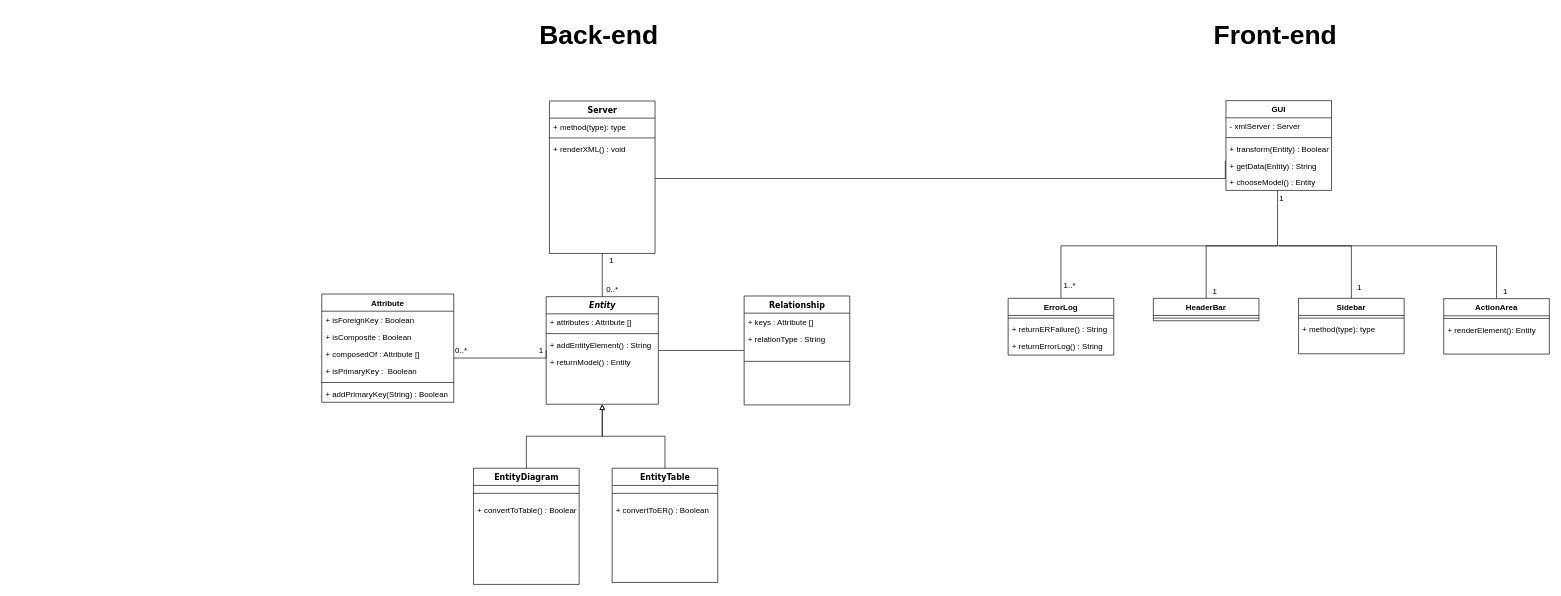
Before: Documentation/Phase 2/Analysis Class Diagram.drawio in gabrielste1n/ViKER, a draw.io diagram. Source tidied: cells renumbered, new cells numbered last; positions are measured from the earlier drawing's top-left corner, leaving out a move shared by most shapes. Both pictures are drawn from the tidied source at 66%, with x=0, y=0 at pixel (321, 11).
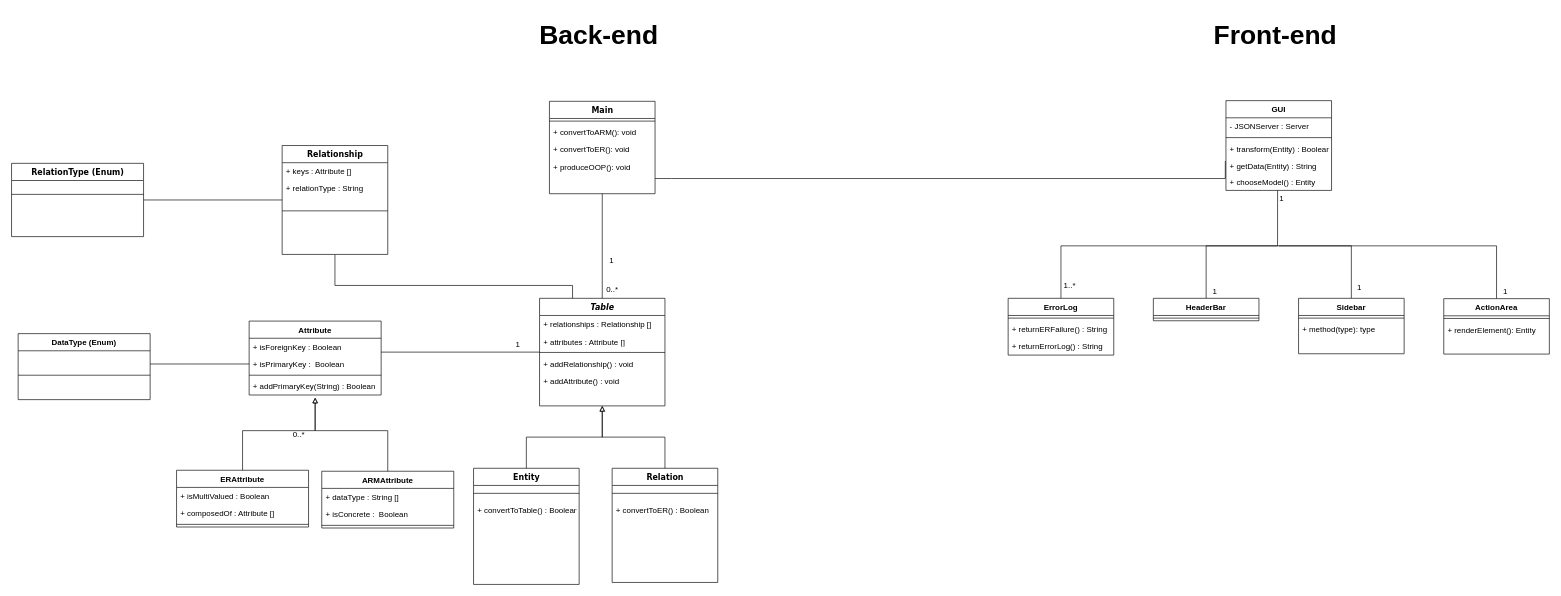
The same diagram, later.

Commit message (it also covers changes not shown here):
Update back-end structure. Update class diagram.

The change refers to these unchanged cells:
```xml
<mxCell id="18" value="GUI&#10;" style="swimlane;fontStyle=1;align=center;verticalAlign=top;horizontal=1;startSize=26;" parent="1" vertex="1">
  <mxGeometry x="1370" y="135" width="160" height="136" as="geometry" />
</mxCell>
```

The edit, as a diff of the source:
```diff
@@
-    <mxCell id="3" value="Server" style="swimlane;html=1;fontStyle=1;align=center;verticalAlign=top;horizontal=1;startSize=26;swimlaneFillColor=#ffffff;rounded=0;shadow=0;comic=0;labelBackgroundColor=none;strokeColor=#000000;strokeWidth=1;fillColor=none;fontFamily=Verdana;fontSize=12;fontColor=#000000;" parent="1" vertex="1">
-      <mxGeometry x="345" y="135.5" width="160" height="231" as="geometry" />
+    <mxCell id="3" value="Main" style="swimlane;html=1;fontStyle=1;align=center;verticalAlign=top;horizontal=1;startSize=26;swimlaneFillColor=#ffffff;rounded=0;shadow=0;comic=0;labelBackgroundColor=none;strokeColor=#000000;strokeWidth=1;fillColor=none;fontFamily=Verdana;fontSize=12;fontColor=#000000;" parent="1" vertex="1">
+      <mxGeometry x="345" y="136" width="160" height="140" as="geometry" />
     </mxCell>
-    <mxCell id="4" value="+ method(type): type" style="text;html=1;strokeColor=none;fillColor=none;align=left;verticalAlign=top;spacingLeft=4;spacingRight=4;whiteSpace=wrap;overflow=hidden;" parent="3" vertex="1">
-      <mxGeometry y="26" width="160" height="26" as="geometry" />
-    </mxCell>
     <mxCell id="5" style="line;html=1;strokeWidth=1;fillColor=none;align=left;verticalAlign=middle;spacingTop=-1;spacingLeft=3;spacingRight=3;labelPosition=right;" parent="3" vertex="1">
-      <mxGeometry y="52" width="160" height="8" as="geometry" />
+      <mxGeometry y="26" width="160" height="8" as="geometry" />
     </mxCell>
-    <mxCell id="6" value="+ renderXML() : void" style="text;html=1;strokeColor=none;fillColor=none;align=left;verticalAlign=top;spacingLeft=4;spacingRight=4;whiteSpace=wrap;overflow=hidden;" parent="3" vertex="1">
-      <mxGeometry y="60" width="160" height="26" as="geometry" />
+    <mxCell id="6" value="+ convertToARM(): void" style="text;html=1;strokeColor=none;fillColor=none;align=left;verticalAlign=top;spacingLeft=4;spacingRight=4;whiteSpace=wrap;overflow=hidden;" parent="3" vertex="1">
+      <mxGeometry y="34" width="160" height="26" as="geometry" />
     </mxCell>
+    <mxCell id="67" value="+ convertToER(): void" style="text;strokeColor=none;fillColor=none;align=left;verticalAlign=top;spacingLeft=4;spacingRight=4;overflow=hidden;" parent="3" vertex="1">
+      <mxGeometry y="60" width="160" height="26" as="geometry" />
+    </mxCell>
+    <mxCell id="68" value="+ produceOOP(): void" style="text;strokeColor=none;fillColor=none;align=left;verticalAlign=top;spacingLeft=4;spacingRight=4;overflow=hidden;" parent="3" vertex="1">
+      <mxGeometry y="86" width="160" height="26" as="geometry" />
+    </mxCell>
@@
-    <mxCell id="8" style="edgeStyle=orthogonalEdgeStyle;rounded=0;jettySize=auto;html=1;entryX=0;entryY=0.5;entryDx=0;entryDy=0;endArrow=none;endFill=0;fontSize=40;" parent="1" edge="1" source="9" target="14">
-      <mxGeometry relative="1" as="geometry" />
+    <mxCell id="8" style="edgeStyle=orthogonalEdgeStyle;rounded=0;jettySize=auto;html=1;entryX=0.5;entryY=1;entryDx=0;entryDy=0;endArrow=none;endFill=0;fontSize=40;" parent="1" edge="1" source="9" target="14">
+      <mxGeometry relative="1" as="geometry">
+        <Array as="points">
+          <mxPoint x="380" y="415" />
+          <mxPoint x="20" y="415" />
+        </Array>
+      </mxGeometry>
     </mxCell>
-    <mxCell id="9" value="&lt;i&gt;Entity&lt;/i&gt;" style="swimlane;html=1;fontStyle=1;align=center;verticalAlign=top;horizontal=1;startSize=26;swimlaneFillColor=#ffffff;rounded=0;shadow=0;comic=0;labelBackgroundColor=none;strokeColor=#000000;strokeWidth=1;fillColor=none;fontFamily=Verdana;fontSize=12;fontColor=#000000;" parent="1" vertex="1">
-      <mxGeometry x="340" y="432" width="170" height="163" as="geometry" />
+    <mxCell id="9" value="&lt;i&gt;Table&lt;/i&gt;" style="swimlane;html=1;fontStyle=1;align=center;verticalAlign=top;horizontal=1;startSize=26;swimlaneFillColor=#ffffff;rounded=0;shadow=0;comic=0;labelBackgroundColor=none;strokeColor=#000000;strokeWidth=1;fillColor=none;fontFamily=Verdana;fontSize=12;fontColor=#000000;" parent="1" vertex="1">
+      <mxGeometry x="330" y="434.5" width="190" height="163" as="geometry" />
     </mxCell>
+    <mxCell id="69" value="+ relationships : Relationship []" style="text;strokeColor=none;fillColor=none;align=left;verticalAlign=top;spacingLeft=4;spacingRight=4;overflow=hidden;" parent="9" vertex="1">
+      <mxGeometry y="26" width="190" height="26" as="geometry" />
+    </mxCell>
     <mxCell id="10" value="+ attributes : Attribute []" style="text;html=1;strokeColor=none;fillColor=none;align=left;verticalAlign=top;spacingLeft=4;spacingRight=4;whiteSpace=wrap;overflow=hidden;" parent="9" vertex="1">
-      <mxGeometry y="26" width="170" height="26" as="geometry" />
+      <mxGeometry y="52" width="190" height="26" as="geometry" />
     </mxCell>
     <mxCell id="11" style="line;html=1;strokeWidth=1;fillColor=none;align=left;verticalAlign=middle;spacingTop=-1;spacingLeft=3;spacingRight=3;labelPosition=right;" parent="9" vertex="1">
-      <mxGeometry y="52" width="170" height="8" as="geometry" />
+      <mxGeometry y="78" width="190" height="8" as="geometry" />
     </mxCell>
-    <mxCell id="12" value="+ addEntityElement() : String" style="text;strokeColor=none;fillColor=none;align=left;verticalAlign=top;spacingLeft=4;spacingRight=4;overflow=hidden;" parent="9" vertex="1">
-      <mxGeometry y="60" width="170" height="26" as="geometry" />
+    <mxCell id="12" value="+ addRelationship() : void" style="text;strokeColor=none;fillColor=none;align=left;verticalAlign=top;spacingLeft=4;spacingRight=4;overflow=hidden;" parent="9" vertex="1">
+      <mxGeometry y="86" width="190" height="26" as="geometry" />
     </mxCell>
-    <mxCell id="13" value="+ returnModel() : Entity " style="text;strokeColor=none;fillColor=none;align=left;verticalAlign=top;spacingLeft=4;spacingRight=4;overflow=hidden;" parent="9" vertex="1">
-      <mxGeometry y="86" width="170" height="26" as="geometry" />
+    <mxCell id="13" value="+ addAttribute() : void " style="text;strokeColor=none;fillColor=none;align=left;verticalAlign=top;spacingLeft=4;spacingRight=4;overflow=hidden;" parent="9" vertex="1">
+      <mxGeometry y="112" width="190" height="26" as="geometry" />
     </mxCell>
     <mxCell id="14" value="Relationship" style="swimlane;html=1;fontStyle=1;align=center;verticalAlign=top;horizontal=1;startSize=26;swimlaneFillColor=#ffffff;rounded=0;shadow=0;comic=0;labelBackgroundColor=none;strokeColor=#000000;strokeWidth=1;fillColor=none;fontFamily=Verdana;fontSize=12;fontColor=#000000;" parent="1" vertex="1">
-      <mxGeometry x="640" y="431" width="160" height="165" as="geometry" />
+      <mxGeometry x="-60" y="203" width="160" height="165" as="geometry" />
     </mxCell>
@@
-    <mxCell id="19" value="- xmlServer : Server" style="text;strokeColor=none;fillColor=none;align=left;verticalAlign=top;spacingLeft=4;spacingRight=4;overflow=hidden;" parent="18" vertex="1">
+    <mxCell id="19" value="- JSONServer : Server" style="text;strokeColor=none;fillColor=none;align=left;verticalAlign=top;spacingLeft=4;spacingRight=4;overflow=hidden;" parent="18" vertex="1">
       <mxGeometry y="26" width="160" height="26" as="geometry" />
     </mxCell>
@@
-    <mxCell id="25" value="EntityDiagram" style="swimlane;html=1;fontStyle=1;align=center;verticalAlign=top;horizontal=1;startSize=26;swimlaneFillColor=#ffffff;rounded=0;shadow=0;comic=0;labelBackgroundColor=none;strokeColor=#000000;strokeWidth=1;fillColor=none;fontFamily=Verdana;fontSize=12;fontColor=#000000;" parent="1" vertex="1">
+    <mxCell id="25" value="Entity" style="swimlane;html=1;fontStyle=1;align=center;verticalAlign=top;horizontal=1;startSize=26;swimlaneFillColor=#ffffff;rounded=0;shadow=0;comic=0;labelBackgroundColor=none;strokeColor=#000000;strokeWidth=1;fillColor=none;fontFamily=Verdana;fontSize=12;fontColor=#000000;" parent="1" vertex="1">
       <mxGeometry x="230" y="692" width="160" height="176" as="geometry" />
     </mxCell>
@@
-    <mxCell id="29" value="EntityTable" style="swimlane;html=1;fontStyle=1;align=center;verticalAlign=top;horizontal=1;startSize=26;swimlaneFillColor=#ffffff;rounded=0;shadow=0;comic=0;labelBackgroundColor=none;strokeColor=#000000;strokeWidth=1;fillColor=none;fontFamily=Verdana;fontSize=12;fontColor=#000000;" parent="1" vertex="1">
+    <mxCell id="29" value="Relation" style="swimlane;html=1;fontStyle=1;align=center;verticalAlign=top;horizontal=1;startSize=26;swimlaneFillColor=#ffffff;rounded=0;shadow=0;comic=0;labelBackgroundColor=none;strokeColor=#000000;strokeWidth=1;fillColor=none;fontFamily=Verdana;fontSize=12;fontColor=#000000;" parent="1" vertex="1">
       <mxGeometry x="440" y="692" width="160" height="173" as="geometry" />
     </mxCell>
@@
     <mxCell id="32" style="edgeStyle=orthogonalEdgeStyle;rounded=0;jettySize=auto;html=1;entryX=0;entryY=0.5;entryDx=0;entryDy=0;endArrow=none;endFill=0;" parent="1" edge="1" source="35" target="9">
       <mxGeometry relative="1" as="geometry">
         <Array as="points">
-          <mxPoint x="340" y="525" />
+          <mxPoint x="300" y="516" />
+          <mxPoint x="300" y="516" />
         </Array>
       </mxGeometry>
     </mxCell>
     <mxCell id="33" value="0..*" style="text;html=1;align=center;verticalAlign=middle;labelBackgroundColor=#ffffff;" parent="32" vertex="1">
       <mxGeometry x="0.96" y="-131" relative="1" as="geometry">
-        <mxPoint x="-261" y="-3.5" as="offset" />
+        <mxPoint x="-361" y="-6.5" as="offset" />
       </mxGeometry>
     </mxCell>
@@
     <mxCell id="35" value="Attribute" style="swimlane;fontStyle=1;align=center;verticalAlign=top;horizontal=1;startSize=26;" parent="1" vertex="1">
-      <mxGeometry y="428" width="200" height="164" as="geometry" />
+      <mxGeometry x="-110" y="469" width="200" height="112" as="geometry" />
     </mxCell>
@@
-    <mxCell id="37" value="+ isComposite : Boolean" style="text;strokeColor=none;fillColor=none;align=left;verticalAlign=top;spacingLeft=4;spacingRight=4;overflow=hidden;" parent="35" vertex="1">
-      <mxGeometry y="52" width="200" height="26" as="geometry" />
-    </mxCell>
-    <mxCell id="38" value="+ composedOf : Attribute []" style="text;strokeColor=none;fillColor=none;align=left;verticalAlign=top;spacingLeft=4;spacingRight=4;overflow=hidden;" parent="35" vertex="1">
-      <mxGeometry y="78" width="200" height="26" as="geometry" />
-    </mxCell>
     <mxCell id="39" value="+ isPrimaryKey :  Boolean" style="text;strokeColor=none;fillColor=none;align=left;verticalAlign=top;spacingLeft=4;spacingRight=4;overflow=hidden;points=[[0,0.5],[1,0.5]];portConstraint=eastwest;" parent="35" vertex="1">
-      <mxGeometry y="104" width="200" height="26" as="geometry" />
+      <mxGeometry y="52" width="200" height="26" as="geometry" />
     </mxCell>
     <mxCell id="40" style="line;strokeWidth=1;fillColor=none;align=left;verticalAlign=middle;spacingTop=-1;spacingLeft=3;spacingRight=3;labelPosition=right;" parent="35" vertex="1">
-      <mxGeometry y="130" width="200" height="8" as="geometry" />
+      <mxGeometry y="78" width="200" height="8" as="geometry" />
     </mxCell>
     <mxCell id="41" value="+ addPrimaryKey(String) : Boolean" style="text;strokeColor=none;fillColor=none;align=left;verticalAlign=top;spacingLeft=4;spacingRight=4;overflow=hidden;" parent="35" vertex="1">
-      <mxGeometry y="138" width="200" height="26" as="geometry" />
+      <mxGeometry y="86" width="200" height="26" as="geometry" />
     </mxCell>
@@
+    <mxCell id="70" style="edgeStyle=orthogonalEdgeStyle;rounded=0;jettySize=auto;html=1;endArrow=block;endFill=0;" parent="1" edge="1" source="71">
+      <mxGeometry relative="1" as="geometry">
+        <mxPoint x="-10" y="585" as="targetPoint" />
+        <Array as="points">
+          <mxPoint x="-120" y="635" />
+          <mxPoint x="-10" y="635" />
+        </Array>
+      </mxGeometry>
+    </mxCell>
+    <mxCell id="71" value="ERAttribute" style="swimlane;fontStyle=1;align=center;verticalAlign=top;horizontal=1;startSize=26;" parent="1" vertex="1">
+      <mxGeometry x="-220" y="695" width="200" height="86" as="geometry" />
+    </mxCell>
+    <mxCell id="72" value="+ isMultiValued : Boolean" style="text;strokeColor=none;fillColor=none;align=left;verticalAlign=top;spacingLeft=4;spacingRight=4;overflow=hidden;" parent="71" vertex="1">
+      <mxGeometry y="26" width="200" height="26" as="geometry" />
+    </mxCell>
+    <mxCell id="38" value="+ composedOf : Attribute []" style="text;strokeColor=none;fillColor=none;align=left;verticalAlign=top;spacingLeft=4;spacingRight=4;overflow=hidden;" parent="71" vertex="1">
+      <mxGeometry y="52" width="200" height="26" as="geometry" />
+    </mxCell>
+    <mxCell id="73" style="line;strokeWidth=1;fillColor=none;align=left;verticalAlign=middle;spacingTop=-1;spacingLeft=3;spacingRight=3;labelPosition=right;" parent="71" vertex="1">
+      <mxGeometry y="78" width="200" height="8" as="geometry" />
+    </mxCell>
+    <mxCell id="74" value="ARMAttribute" style="swimlane;fontStyle=1;align=center;verticalAlign=top;horizontal=1;startSize=26;" parent="1" vertex="1">
+      <mxGeometry y="696.5" width="200" height="86" as="geometry" />
+    </mxCell>
+    <mxCell id="75" value="+ dataType : String []" style="text;strokeColor=none;fillColor=none;align=left;verticalAlign=top;spacingLeft=4;spacingRight=4;overflow=hidden;" parent="74" vertex="1">
+      <mxGeometry y="26" width="200" height="26" as="geometry" />
+    </mxCell>
+    <mxCell id="76" value="+ isConcrete :  Boolean" style="text;strokeColor=none;fillColor=none;align=left;verticalAlign=top;spacingLeft=4;spacingRight=4;overflow=hidden;" parent="74" vertex="1">
+      <mxGeometry y="52" width="200" height="26" as="geometry" />
+    </mxCell>
+    <mxCell id="77" style="line;strokeWidth=1;fillColor=none;align=left;verticalAlign=middle;spacingTop=-1;spacingLeft=3;spacingRight=3;labelPosition=right;" parent="74" vertex="1">
+      <mxGeometry y="78" width="200" height="8" as="geometry" />
+    </mxCell>
+    <mxCell id="78" style="edgeStyle=orthogonalEdgeStyle;rounded=0;jettySize=auto;html=1;endArrow=block;endFill=0;" parent="1" edge="1" source="74">
+      <mxGeometry relative="1" as="geometry">
+        <mxPoint x="-10" y="585" as="targetPoint" />
+        <Array as="points">
+          <mxPoint x="100" y="635" />
+          <mxPoint x="-10" y="635" />
+        </Array>
+      </mxGeometry>
+    </mxCell>
+    <mxCell id="79" style="edgeStyle=orthogonalEdgeStyle;rounded=0;jettySize=auto;html=1;endArrow=none;endFill=0;" parent="1" edge="1" source="80">
+      <mxGeometry relative="1" as="geometry">
+        <mxPoint x="-60" y="285.5" as="targetPoint" />
+      </mxGeometry>
+    </mxCell>
+    <mxCell id="80" value="RelationType (Enum)" style="swimlane;html=1;fontStyle=1;align=center;verticalAlign=top;horizontal=1;startSize=26;swimlaneFillColor=#ffffff;rounded=0;shadow=0;comic=0;labelBackgroundColor=none;strokeColor=#000000;strokeWidth=1;fillColor=none;fontFamily=Verdana;fontSize=12;fontColor=#000000;" parent="1" vertex="1">
+      <mxGeometry x="-470" y="230" width="200" height="111" as="geometry" />
+    </mxCell>
+    <mxCell id="81" style="line;html=1;strokeWidth=1;fillColor=none;align=left;verticalAlign=middle;spacingTop=-1;spacingLeft=3;spacingRight=3;labelPosition=right;" parent="80" vertex="1">
+      <mxGeometry y="26" width="200" height="42" as="geometry" />
+    </mxCell>
+    <mxCell id="82" value="DataType (Enum)" style="swimlane;fontStyle=1;align=center;verticalAlign=top;horizontal=1;startSize=26;" parent="1" vertex="1">
+      <mxGeometry x="-460" y="488" width="200" height="100" as="geometry" />
+    </mxCell>
+    <mxCell id="83" style="line;strokeWidth=1;fillColor=none;align=left;verticalAlign=middle;spacingTop=-1;spacingLeft=3;spacingRight=3;labelPosition=right;" parent="82" vertex="1">
+      <mxGeometry y="26" width="200" height="74" as="geometry" />
+    </mxCell>
+    <mxCell id="84" style="edgeStyle=orthogonalEdgeStyle;rounded=0;jettySize=auto;html=1;endArrow=none;endFill=0;" parent="1" edge="1" target="39">
+      <mxGeometry relative="1" as="geometry">
+        <mxPoint x="-260" y="534" as="sourcePoint" />
+        <Array as="points">
+          <mxPoint x="-200" y="534" />
+          <mxPoint x="-200" y="534" />
+        </Array>
+      </mxGeometry>
+    </mxCell>
```
